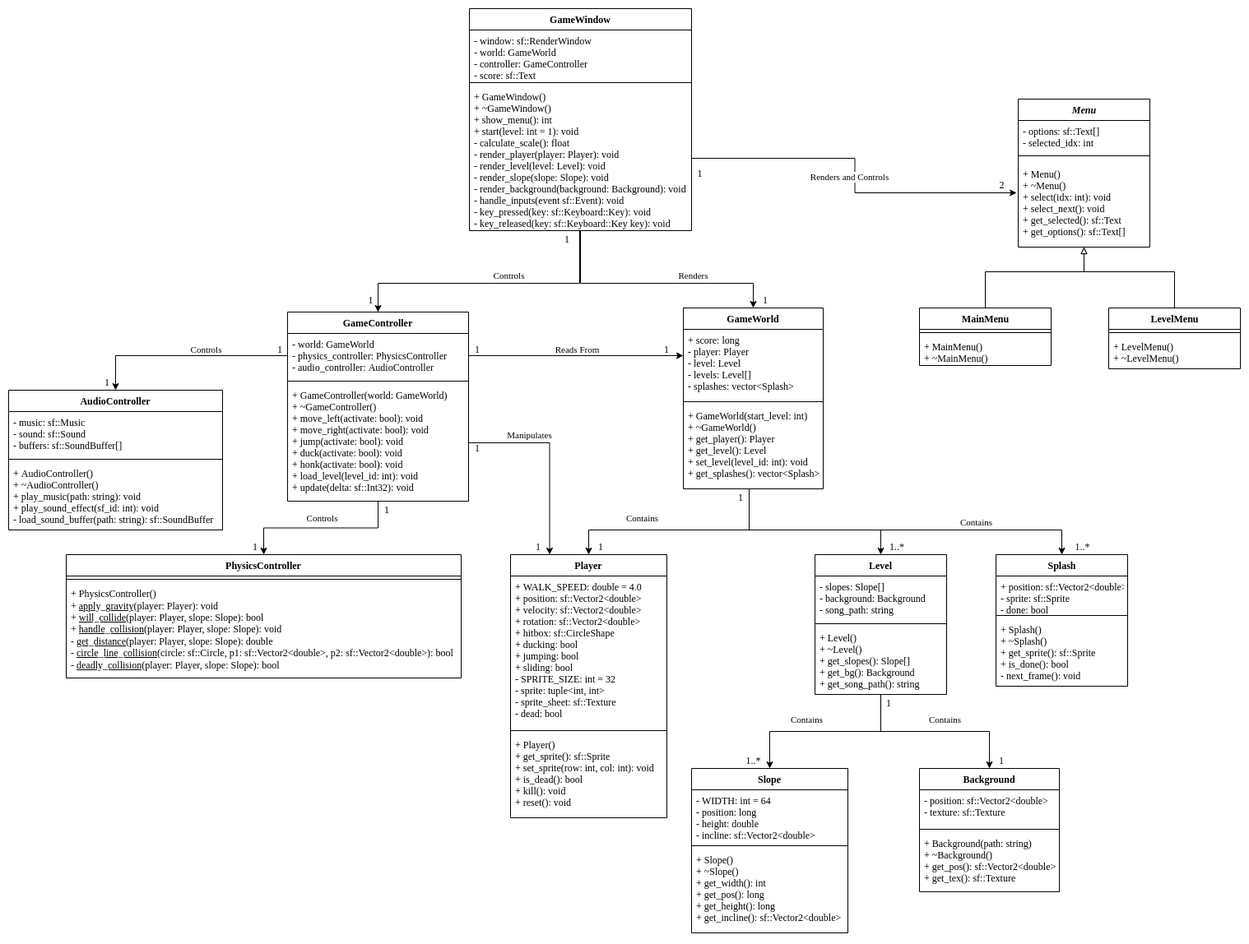
Above: doc/uml.png in sephpace/penguin-slide (draw.io), before the change. Source tidied: cells renumbered, new cells last; positions are measured from the earlier drawing's top-left corner, leaving out a move shared by most shapes.
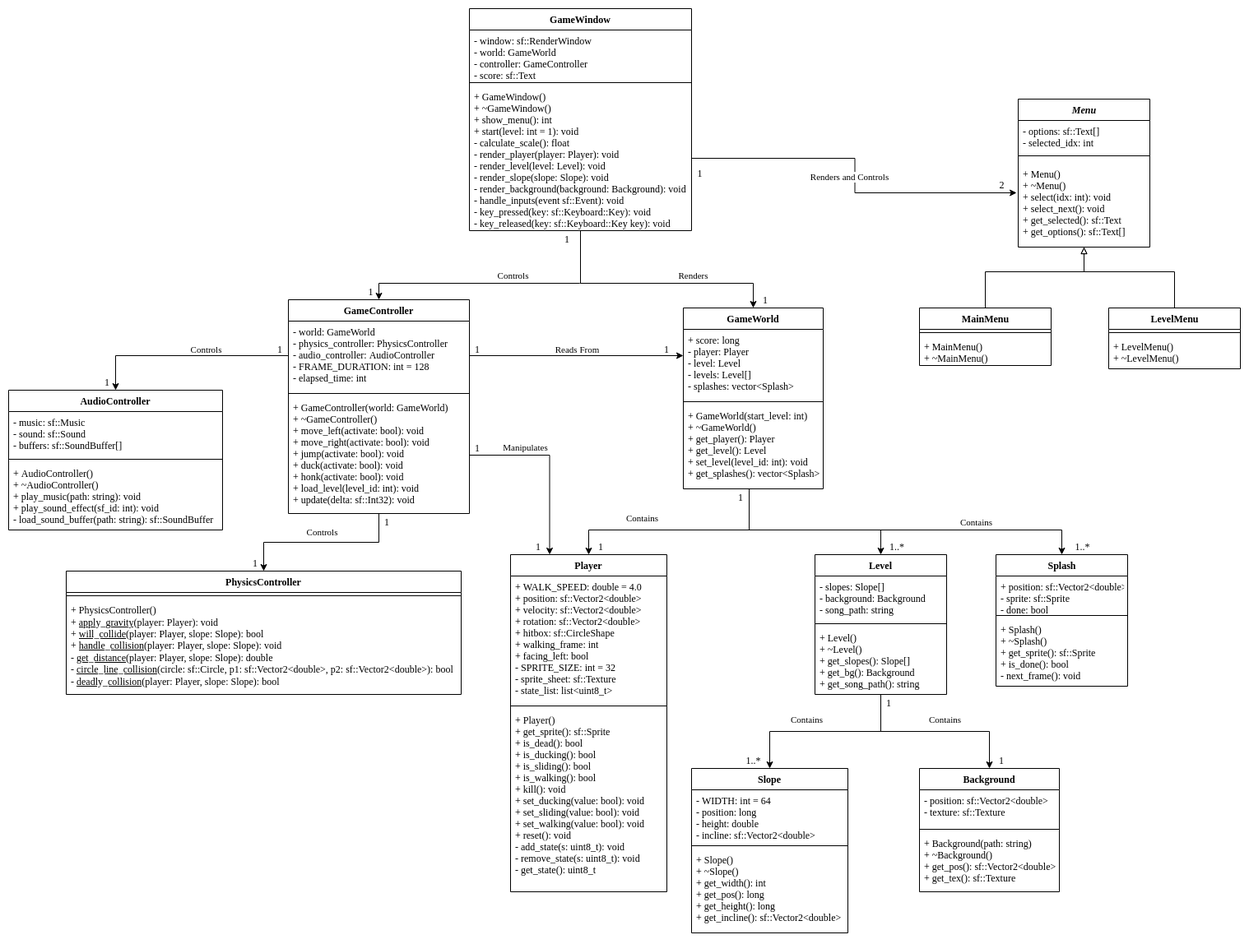
Later version of the same file.

Commit message:
Add walking and ducking animations.

What changed in the source:
```diff
@@ -49,22 +49,22 @@
       </mxGeometry>
     </mxCell>
     <mxCell id="12" value="GameController" style="swimlane;fontStyle=1;align=center;verticalAlign=top;horizontal=1;startSize=26;" parent="1" vertex="1">
-      <mxGeometry x="339" y="369" width="220" height="230" as="geometry" />
+      <mxGeometry x="340" y="354" width="220" height="260" as="geometry" />
     </mxCell>
-    <mxCell id="13" value="- world: GameWorld&#10;- physics_controller: PhysicsController&#10;- audio_controller: AudioController&#10;&#10;" style="text;strokeColor=none;fillColor=none;align=left;verticalAlign=top;spacingLeft=4;spacingRight=4;overflow=hidden;points=[[0,0.5],[1,0.5]];portConstraint=eastwest;" parent="12" vertex="1">
-      <mxGeometry y="26" width="220" height="54" as="geometry" />
+    <mxCell id="13" value="- world: GameWorld&#10;- physics_controller: PhysicsController&#10;- audio_controller: AudioController&#10;- FRAME_DURATION: int = 128&#10;- elapsed_time: int&#10;&#10;&#10;&#10;" style="text;strokeColor=none;fillColor=none;align=left;verticalAlign=top;spacingLeft=4;spacingRight=4;overflow=hidden;points=[[0,0.5],[1,0.5]];portConstraint=eastwest;" parent="12" vertex="1">
+      <mxGeometry y="26" width="220" height="84" as="geometry" />
     </mxCell>
     <mxCell id="14" style="line;strokeWidth=1;fillColor=none;align=left;verticalAlign=middle;spacingTop=-1;spacingLeft=3;spacingRight=3;labelPosition=right;" parent="12" vertex="1">
-      <mxGeometry y="80" width="220" height="8" as="geometry" />
+      <mxGeometry y="110" width="220" height="8" as="geometry" />
     </mxCell>
     <mxCell id="15" value="+ GameController(world: GameWorld)&#10;+ ~GameController()&#10;+ move_left(activate: bool): void&#10;+ move_right(activate: bool): void&#10;+ jump(activate: bool): void&#10;+ duck(activate: bool): void&#10;+ honk(activate: bool): void&#10;+ load_level(level_id: int): void&#10;+ update(delta: sf::Int32): void&#10;" style="text;strokeColor=none;fillColor=none;align=left;verticalAlign=top;spacingLeft=4;spacingRight=4;overflow=hidden;points=[[0,0.5],[1,0.5]];portConstraint=eastwest;" parent="12" vertex="1">
-      <mxGeometry y="88" width="220" height="142" as="geometry" />
+      <mxGeometry y="118" width="220" height="142" as="geometry" />
     </mxCell>
     <mxCell id="16" value="1" style="text;html=1;strokeColor=none;fillColor=none;align=center;verticalAlign=middle;whiteSpace=wrap;rounded=0;" parent="1" vertex="1">
       <mxGeometry x="664" y="270" width="30" height="20" as="geometry" />
     </mxCell>
     <mxCell id="17" value="1" style="text;html=1;align=center;verticalAlign=middle;" parent="1" vertex="1">
-      <mxGeometry x="430" y="344" width="20" height="20" as="geometry" />
+      <mxGeometry x="430" y="334" width="20" height="20" as="geometry" />
     </mxCell>
     <mxCell id="18" style="edgeStyle=orthogonalEdgeStyle;rounded=0;jettySize=auto;html=1;exitX=0.5;exitY=1;exitDx=0;exitDy=0;entryX=0.5;entryY=0;entryDx=0;entryDy=0;" parent="1" edge="1" source="23" target="28">
       <mxGeometry relative="1" as="geometry">
@@ -116,16 +116,16 @@
       <mxGeometry x="900" y="344" width="40" height="20" as="geometry" />
     </mxCell>
     <mxCell id="28" value="Player" style="swimlane;fontStyle=1;align=center;verticalAlign=top;horizontal=1;startSize=26;" parent="1" vertex="1">
-      <mxGeometry x="610" y="664" width="190" height="320" as="geometry" />
+      <mxGeometry x="610" y="664" width="190" height="410" as="geometry" />
     </mxCell>
-    <mxCell id="29" value="+ WALK_SPEED: double = 4.0&#10;+ position: sf::Vector2&lt;double&gt;&#10;+ velocity: sf::Vector2&lt;double&gt;&#10;+ rotation: sf::Vector2&lt;double&gt;&#10;+ hitbox: sf::CircleShape&#10;+ ducking: bool&#10;+ jumping: bool&#10;+ sliding: bool&#10;- SPRITE_SIZE: int = 32&#10;- sprite: tuple&lt;int, int&gt;&#10;- sprite_sheet: sf::Texture&#10;- dead: bool&#10;&#10;" style="text;strokeColor=none;fillColor=none;align=left;verticalAlign=top;spacingLeft=4;spacingRight=4;overflow=hidden;" parent="28" vertex="1">
-      <mxGeometry y="26" width="190" height="184" as="geometry" />
+    <mxCell id="29" value="+ WALK_SPEED: double = 4.0&#10;+ position: sf::Vector2&lt;double&gt;&#10;+ velocity: sf::Vector2&lt;double&gt;&#10;+ rotation: sf::Vector2&lt;double&gt;&#10;+ hitbox: sf::CircleShape&#10;+ walking_frame: int&#10;+ facing_left: bool&#10;- SPRITE_SIZE: int = 32&#10;- sprite_sheet: sf::Texture&#10;- state_list: list&lt;uint8_t&gt;&#10;&#10;&#10;" style="text;strokeColor=none;fillColor=none;align=left;verticalAlign=top;spacingLeft=4;spacingRight=4;overflow=hidden;" parent="28" vertex="1">
+      <mxGeometry y="26" width="190" height="154" as="geometry" />
     </mxCell>
     <mxCell id="30" style="line;strokeWidth=1;fillColor=none;align=left;verticalAlign=middle;spacingTop=-1;spacingLeft=3;spacingRight=3;labelPosition=right;" parent="28" vertex="1">
-      <mxGeometry y="210" width="190" height="8" as="geometry" />
+      <mxGeometry y="180" width="190" height="8" as="geometry" />
     </mxCell>
-    <mxCell id="31" value="+ Player()&#10;+ get_sprite(): sf::Sprite&#10;+ set_sprite(row: int, col: int): void&#10;+ is_dead(): bool&#10;+ kill(): void&#10;+ reset(): void&#10;&#10;" style="text;strokeColor=none;fillColor=none;align=left;verticalAlign=top;spacingLeft=4;spacingRight=4;overflow=hidden;" parent="28" vertex="1">
-      <mxGeometry y="218" width="190" height="102" as="geometry" />
+    <mxCell id="31" value="+ Player()&#10;+ get_sprite(): sf::Sprite&#10;+ is_dead(): bool&#10;+ is_ducking(): bool&#10;+ is_sliding(): bool&#10;+ is_walking(): bool&#10;+ kill(): void&#10;+ set_ducking(value: bool): void&#10;+ set_sliding(value: bool): void&#10;+ set_walking(value: bool): void&#10;+ reset(): void&#10;- add_state(s: uint8_t): void&#10;- remove_state(s: uint8_t): void&#10;- get_state(): uint8_t&#10;&#10;" style="text;strokeColor=none;fillColor=none;align=left;verticalAlign=top;spacingLeft=4;spacingRight=4;overflow=hidden;" parent="28" vertex="1">
+      <mxGeometry y="188" width="190" height="222" as="geometry" />
     </mxCell>
     <mxCell id="32" value="Slope" style="swimlane;fontStyle=1;align=center;verticalAlign=top;horizontal=1;startSize=26;" parent="1" vertex="1">
       <mxGeometry x="830" y="924" width="190" height="200" as="geometry" />
@@ -167,7 +167,7 @@
       <mxGeometry x="1187" y="904" width="40" height="20" as="geometry" />
     </mxCell>
     <mxCell id="45" value="PhysicsController" style="swimlane;fontStyle=1;align=center;verticalAlign=top;horizontal=1;startSize=26;" parent="1" vertex="1">
-      <mxGeometry x="70" y="664" width="480" height="150" as="geometry" />
+      <mxGeometry x="70" y="684" width="480" height="150" as="geometry" />
     </mxCell>
     <mxCell id="46" style="line;strokeWidth=1;fillColor=none;align=left;verticalAlign=middle;spacingTop=-1;spacingLeft=3;spacingRight=3;labelPosition=right;" parent="45" vertex="1">
       <mxGeometry y="26" width="480" height="8" as="geometry" />
@@ -263,10 +263,10 @@
       <mxGeometry x="780" y="404" width="40" height="20" as="geometry" />
     </mxCell>
     <mxCell id="73" value="1" style="text;html=1;strokeColor=none;fillColor=none;align=center;verticalAlign=middle;whiteSpace=wrap;rounded=0;" parent="1" vertex="1">
-      <mxGeometry x="280" y="644" width="40" height="20" as="geometry" />
+      <mxGeometry x="280" y="664" width="40" height="20" as="geometry" />
     </mxCell>
     <mxCell id="74" value="1" style="text;html=1;strokeColor=none;fillColor=none;align=center;verticalAlign=middle;whiteSpace=wrap;rounded=0;" parent="1" vertex="1">
-      <mxGeometry x="440" y="599" width="40" height="20" as="geometry" />
+      <mxGeometry x="440" y="614" width="40" height="20" as="geometry" />
     </mxCell>
     <mxCell id="75" value="Splash" style="swimlane;fontStyle=1;align=center;verticalAlign=top;horizontal=1;startSize=26;html=1;" parent="1" vertex="1">
       <mxGeometry x="1200" y="664" width="160" height="160" as="geometry" />
```
